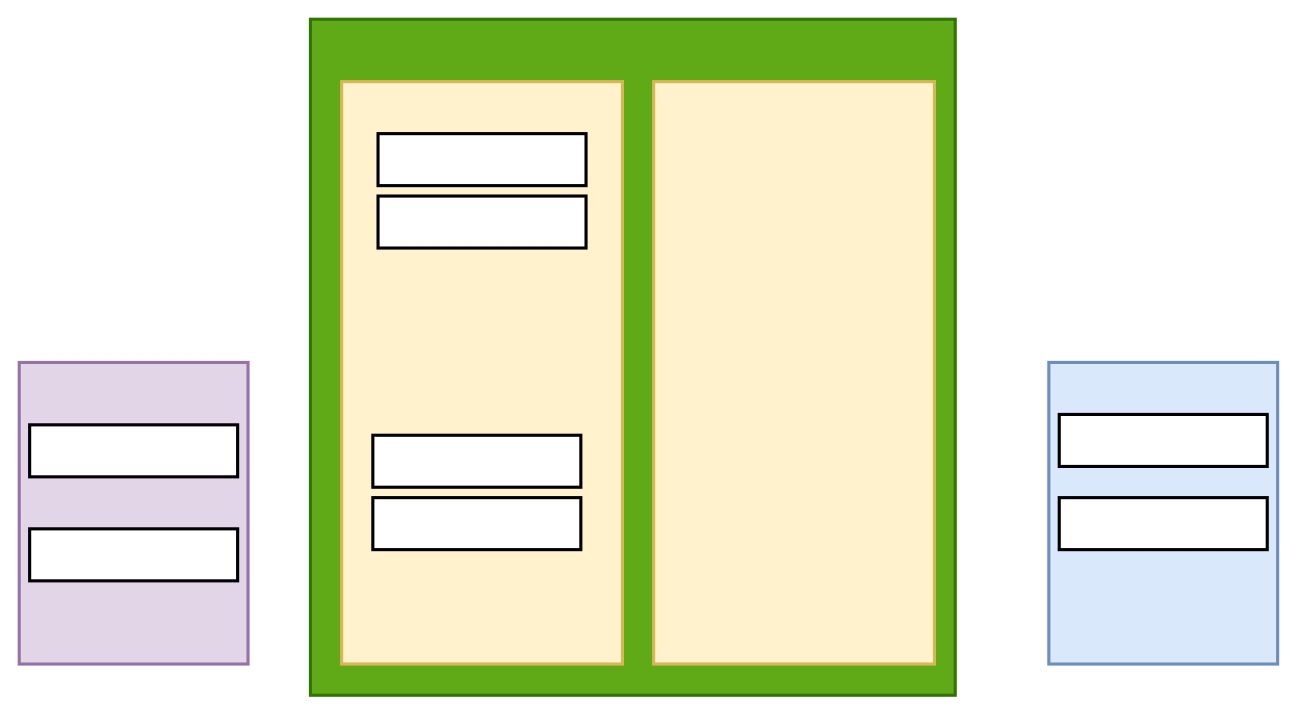
Earlier version of the draw.io diagram Untitled Diagram.drawio (houleyemballo/Work). Source tidied: cells renumbered, new cells numbered last; positions are measured from the earlier drawing's top-left corner, leaving out a move shared by most shapes. Both pictures are drawn from the tidied source at 104%, with x=0, y=0 at pixel (19, 19).
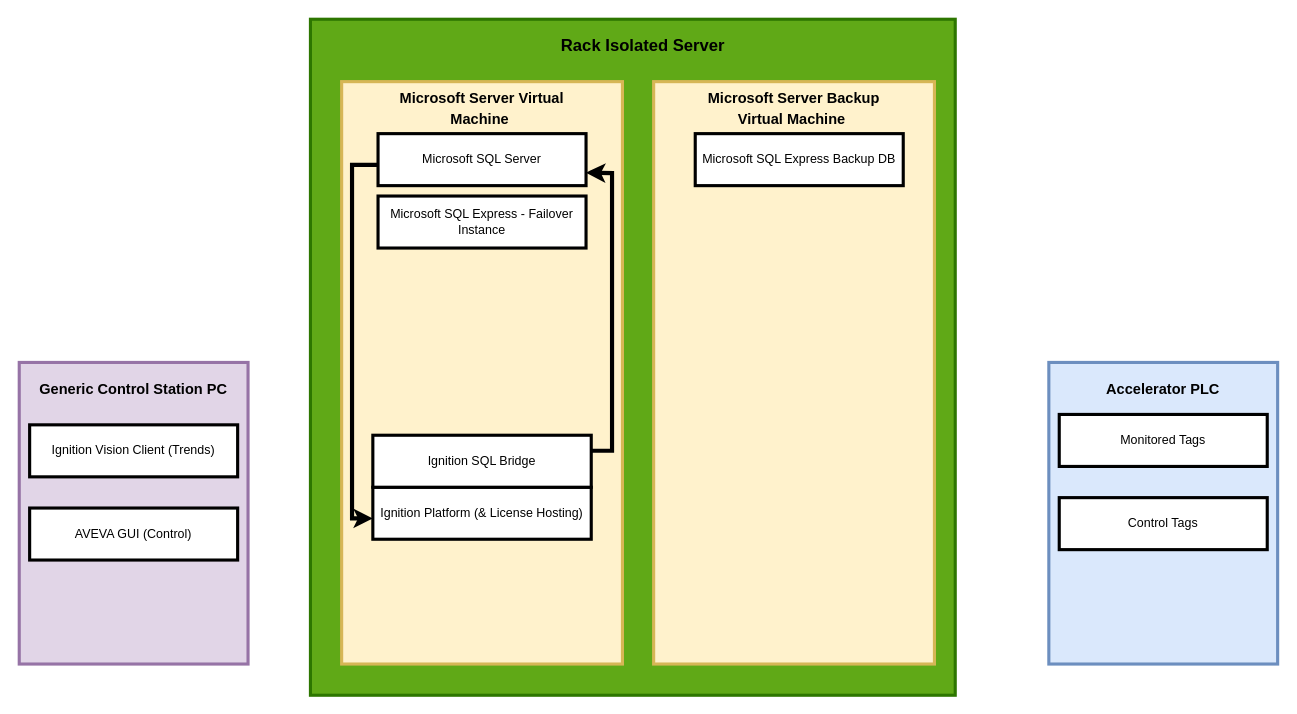
The same diagram, later.

Diff of the diagram source:
```diff
@@
-    <mxCell id="3" style="rounded=0;whiteSpace=wrap;html=1;fillColor=#fff2cc;strokeColor=#d6b656;strokeWidth=3;" parent="1" vertex="1">
+    <mxCell id="3" value="&lt;table&gt;&lt;tbody&gt;&lt;tr&gt;&lt;td&gt;&lt;br&gt;&lt;/td&gt;&lt;td&gt;&lt;br&gt;&lt;/td&gt;&lt;td&gt;&lt;br&gt;&lt;/td&gt;&lt;td&gt;&lt;br&gt;&lt;/td&gt;&lt;td&gt;&lt;br&gt;&lt;/td&gt;&lt;td&gt;&lt;br&gt;&lt;/td&gt;&lt;td&gt;&lt;br&gt;&lt;/td&gt;&lt;/tr&gt;&lt;/tbody&gt;&lt;/table&gt;" style="rounded=0;whiteSpace=wrap;html=1;fillColor=#fff2cc;strokeColor=#d6b656;strokeWidth=3;" parent="1" vertex="1">
       <mxGeometry x="310" y="60" width="270" height="560" as="geometry" />
     </mxCell>
@@
-    <mxCell id="5" style="rounded=0;whiteSpace=wrap;html=1;strokeWidth=3;" parent="1" vertex="1">
+    <mxCell id="5" value="Microsoft SQL Server" style="rounded=0;whiteSpace=wrap;html=1;strokeWidth=3;" parent="1" vertex="1">
       <mxGeometry x="345" y="110" width="200" height="50" as="geometry" />
     </mxCell>
-    <mxCell id="6" style="rounded=0;whiteSpace=wrap;html=1;strokeWidth=3;" parent="1" vertex="1">
-      <mxGeometry x="340" y="460" width="200" height="50" as="geometry" />
+    <mxCell id="6" value="Ignition Platform (&amp;amp; License Hosting)" style="rounded=0;whiteSpace=wrap;html=1;strokeWidth=3;" parent="1" vertex="1">
+      <mxGeometry x="340" y="450" width="210" height="50" as="geometry" />
     </mxCell>
-    <mxCell id="7" style="rounded=0;whiteSpace=wrap;html=1;strokeWidth=3;" parent="1" vertex="1">
-      <mxGeometry x="340" y="400" width="200" height="50" as="geometry" />
+    <mxCell id="7" value="Ignition SQL Bridge" style="rounded=0;whiteSpace=wrap;html=1;strokeWidth=3;" parent="1" vertex="1">
+      <mxGeometry x="340" y="400" width="210" height="50" as="geometry" />
     </mxCell>
-    <mxCell id="8" style="rounded=0;whiteSpace=wrap;html=1;strokeWidth=3;" parent="1" vertex="1">
+    <mxCell id="8" value="Microsoft SQL Express - Failover Instance" style="rounded=0;whiteSpace=wrap;html=1;strokeWidth=3;" parent="1" vertex="1">
       <mxGeometry x="345" y="170" width="200" height="50" as="geometry" />
     </mxCell>
@@
-    <mxCell id="11" style="rounded=0;whiteSpace=wrap;html=1;strokeWidth=3;" parent="1" vertex="1">
+    <mxCell id="11" value="Ignition Vision Client (Trends)" style="rounded=0;whiteSpace=wrap;html=1;strokeWidth=3;" parent="1" vertex="1">
       <mxGeometry x="10" y="390" width="200" height="50" as="geometry" />
     </mxCell>
-    <mxCell id="12" style="rounded=0;whiteSpace=wrap;html=1;strokeWidth=3;" parent="1" vertex="1">
-      <mxGeometry x="10" y="490" width="200" height="50" as="geometry" />
+    <mxCell id="12" value="AVEVA GUI (Control)" style="rounded=0;whiteSpace=wrap;html=1;strokeWidth=3;" parent="1" vertex="1">
+      <mxGeometry x="10" y="470" width="200" height="50" as="geometry" />
     </mxCell>
-    <mxCell id="13" style="rounded=0;whiteSpace=wrap;html=1;strokeWidth=3;" parent="1" vertex="1">
+    <mxCell id="13" value="Control Tags" style="rounded=0;whiteSpace=wrap;html=1;strokeWidth=3;" parent="1" vertex="1">
       <mxGeometry x="1000" y="460" width="200" height="50" as="geometry" />
     </mxCell>
-    <mxCell id="14" style="rounded=0;whiteSpace=wrap;html=1;strokeWidth=3;" parent="1" vertex="1">
+    <mxCell id="14" value="Monitored Tags" style="rounded=0;whiteSpace=wrap;html=1;strokeWidth=3;" parent="1" vertex="1">
       <mxGeometry x="1000" y="380" width="200" height="50" as="geometry" />
     </mxCell>
+    <mxCell id="15" value="Rack Isolated Server" style="text;html=1;strokeColor=none;fillColor=none;align=center;verticalAlign=middle;whiteSpace=wrap;rounded=0;fontStyle=1;fontSize=16;" parent="1" vertex="1">
+      <mxGeometry x="500" y="10" width="200" height="30" as="geometry" />
+    </mxCell>
+    <mxCell id="16" value="&lt;font style=&quot;font-size: 14px;&quot;&gt;Microsoft Server Virtual Machine&amp;nbsp;&lt;/font&gt;" style="text;html=1;strokeColor=none;fillColor=none;align=center;verticalAlign=middle;whiteSpace=wrap;rounded=0;fontStyle=1;fontSize=16;" parent="1" vertex="1">
+      <mxGeometry x="345" y="70" width="200" height="30" as="geometry" />
+    </mxCell>
+    <mxCell id="17" value="&lt;font style=&quot;font-size: 14px;&quot;&gt;Microsoft Server Backup Virtual Machine&amp;nbsp;&lt;/font&gt;" style="text;html=1;strokeColor=none;fillColor=none;align=center;verticalAlign=middle;whiteSpace=wrap;rounded=0;fontStyle=1;fontSize=16;" parent="1" vertex="1">
+      <mxGeometry x="645" y="70" width="200" height="30" as="geometry" />
+    </mxCell>
+    <mxCell id="18" value="Microsoft SQL Express Backup DB" style="rounded=0;whiteSpace=wrap;html=1;strokeWidth=3;" parent="1" vertex="1">
+      <mxGeometry x="650" y="110" width="200" height="50" as="geometry" />
+    </mxCell>
+    <mxCell id="19" value="&lt;font style=&quot;font-size: 14px;&quot;&gt;Generic Control Station PC&lt;/font&gt;" style="text;html=1;strokeColor=none;fillColor=none;align=center;verticalAlign=middle;whiteSpace=wrap;rounded=0;fontStyle=1;fontSize=16;" parent="1" vertex="1">
+      <mxGeometry x="10" y="340" width="200" height="30" as="geometry" />
+    </mxCell>
+    <mxCell id="20" value="&lt;font style=&quot;font-size: 14px;&quot;&gt;Accelerator PLC&lt;/font&gt;" style="text;html=1;strokeColor=none;fillColor=none;align=center;verticalAlign=middle;whiteSpace=wrap;rounded=0;fontStyle=1;fontSize=16;" parent="1" vertex="1">
+      <mxGeometry x="1000" y="340" width="200" height="30" as="geometry" />
+    </mxCell>
+    <mxCell id="21" style="endArrow=classic;html=1;rounded=0;strokeWidth=4;exitX=1;exitY=0.5;exitDx=0;exitDy=0;entryX=1;entryY=0.75;entryDx=0;entryDy=0;" parent="1" edge="1" target="5">
+      <mxGeometry relative="1" as="geometry">
+        <mxPoint x="550" y="414.9" as="sourcePoint" />
+        <Array as="points">
+          <mxPoint x="570" y="414.9" />
+          <mxPoint x="570" y="148" />
+        </Array>
+      </mxGeometry>
+    </mxCell>
+    <mxCell id="22" style="endArrow=classic;html=1;rounded=0;strokeWidth=4;entryX=0;entryY=0.6;entryDx=0;entryDy=0;entryPerimeter=0;" parent="1" edge="1" target="6">
+      <mxGeometry relative="1" as="geometry">
+        <mxPoint x="345" y="140" as="sourcePoint" />
+        <Array as="points">
+          <mxPoint x="320" y="140" />
+          <mxPoint x="320" y="480" />
+        </Array>
+      </mxGeometry>
+    </mxCell>
```
